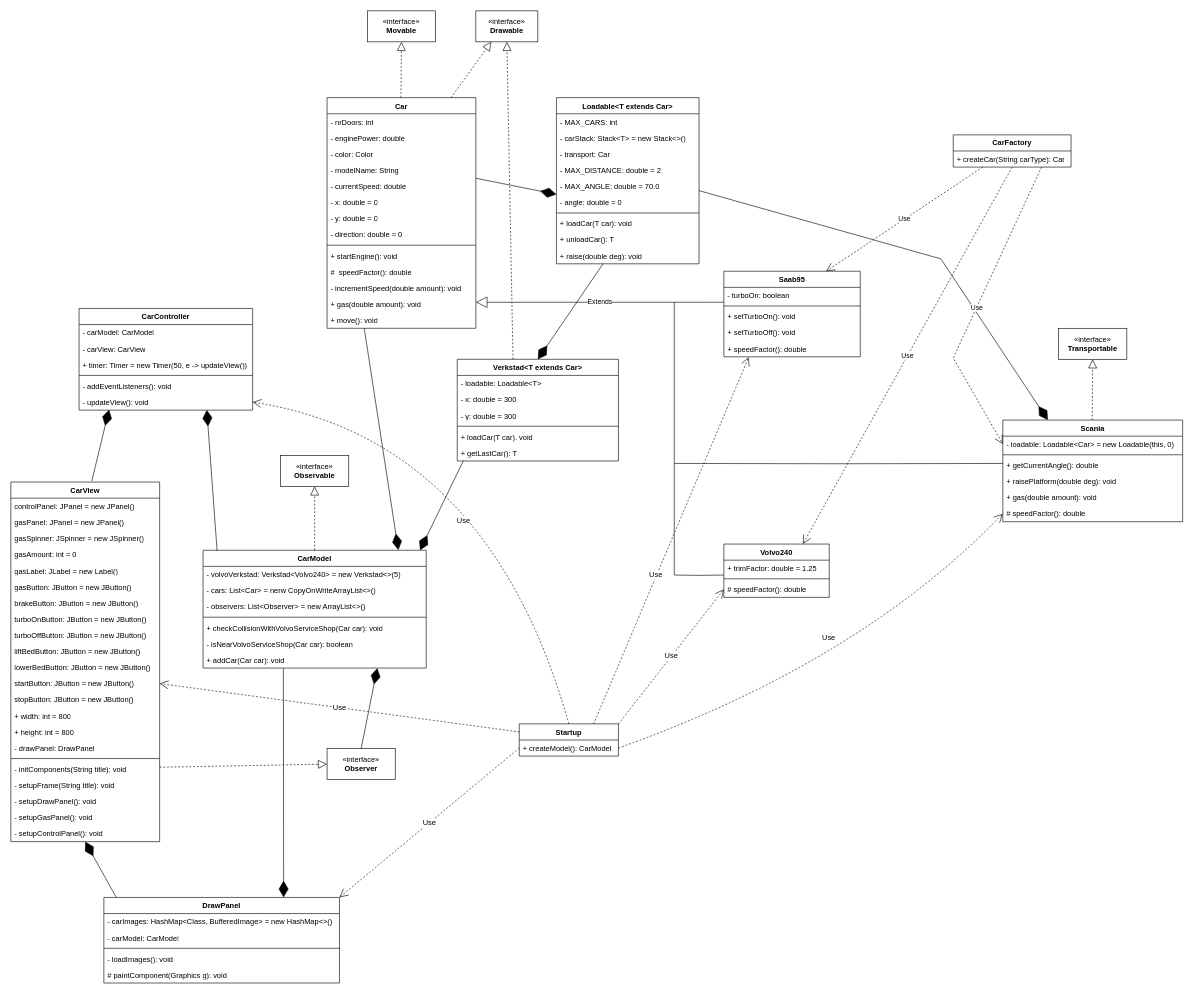
This is src/UML/UML_LAB4.drawio from BubbaTamer/petclinic, a draw.io file, before an edit. Source tidied: cells renumbered, new cells numbered last; positions are measured from the earlier drawing's top-left corner, leaving out a move shared by most shapes. Both pictures are drawn from the tidied source at 62%, with x=0, y=0 at pixel (11, 11).
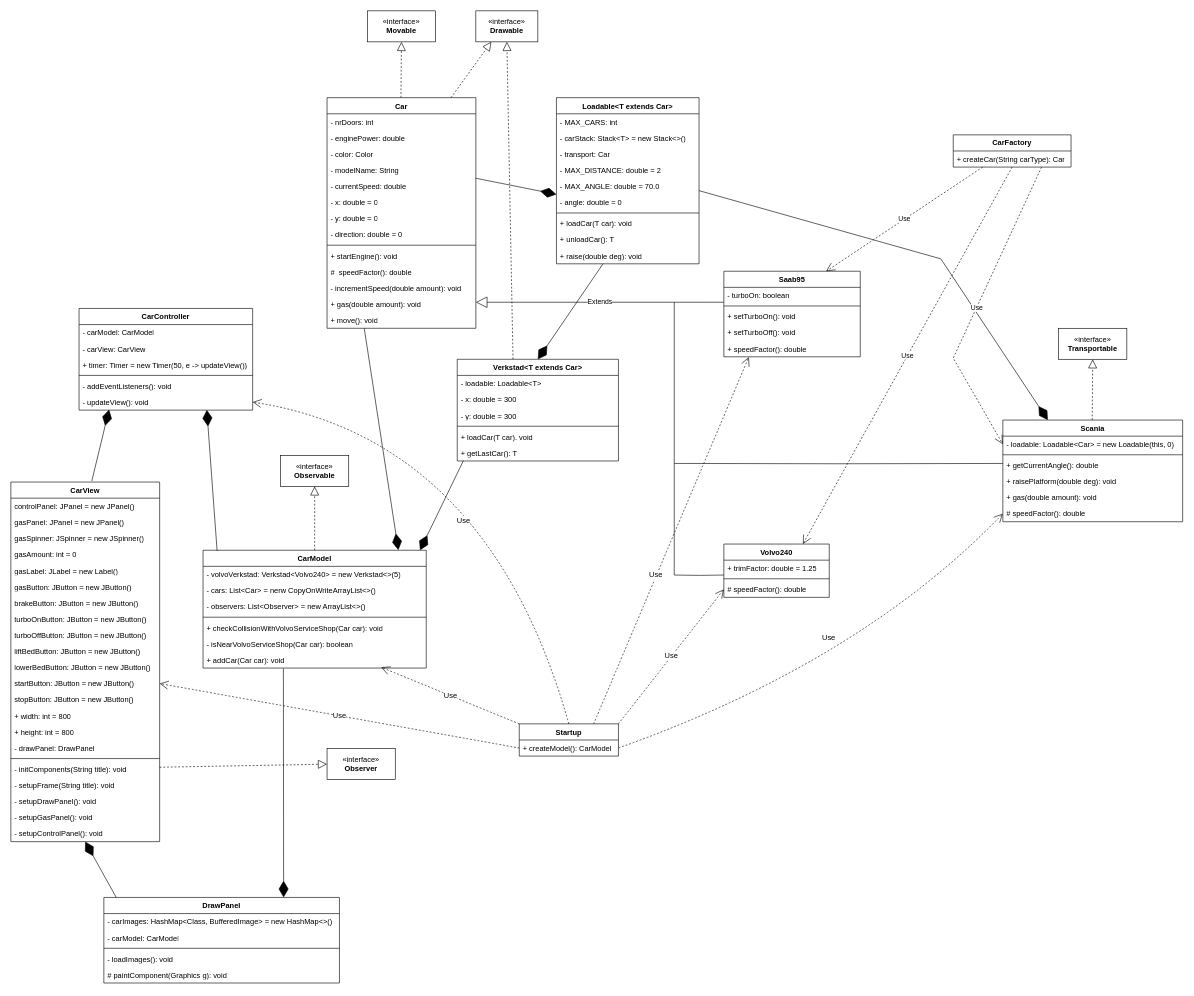
After the change.

Unchanged cells that the change refers to:
```xml
<mxCell id="31" value="+ addCar(Car car): void" style="text;strokeColor=none;fillColor=none;align=left;verticalAlign=top;spacingLeft=4;spacingRight=4;overflow=hidden;points=[[0,0.5],[1,0.5]];portConstraint=eastwest;whiteSpace=wrap;html=1;" parent="24" vertex="1">
  <mxGeometry y="164" width="360" height="26" as="geometry" />
</mxCell>
<mxCell id="79" value="startButton: JButton = new JButton()" style="text;strokeColor=none;fillColor=none;align=left;verticalAlign=top;spacingLeft=4;spacingRight=4;overflow=hidden;points=[[0,0.5],[1,0.5]];portConstraint=eastwest;whiteSpace=wrap;html=1;" parent="67" vertex="1">
  <mxGeometry y="312" width="240" height="26" as="geometry" />
</mxCell>
<mxCell id="90" value="DrawPanel" style="swimlane;fontStyle=1;align=center;verticalAlign=top;horizontal=1;startSize=26;whiteSpace=wrap;html=1;" parent="1" vertex="1">
  <mxGeometry x="150" y="1430" width="380" height="138" as="geometry" />
</mxCell>
<mxCell id="96" value="Startup" style="swimlane;fontStyle=1;align=center;verticalAlign=top;horizontal=1;startSize=26;whiteSpace=wrap;html=1;" parent="1" vertex="1">
  <mxGeometry x="820" y="1150" width="160" height="52" as="geometry" />
</mxCell>
<mxCell id="97" value="+ createModel(): CarModel" style="text;strokeColor=none;fillColor=none;align=left;verticalAlign=top;spacingLeft=4;spacingRight=4;overflow=hidden;points=[[0,0.5],[1,0.5]];portConstraint=eastwest;whiteSpace=wrap;html=1;" parent="96" vertex="1">
  <mxGeometry y="26" width="160" height="26" as="geometry" />
</mxCell>
<mxCell id="129" value="«interface»&lt;br&gt;&lt;b&gt;Observer&lt;/b&gt;" style="html=1;whiteSpace=wrap;" parent="1" vertex="1">
  <mxGeometry x="510" y="1190" width="110" height="50" as="geometry" />
</mxCell>
```

Change to the diagram source:
```diff
@@
-    <mxCell id="119" value="Use" style="endArrow=open;endSize=12;dashed=1;html=1;rounded=0;fontSize=12;curved=1;entryX=1;entryY=0;entryDx=0;entryDy=0;exitX=0;exitY=0.5;exitDx=0;exitDy=0;" parent="1" edge="1" source="97" target="90">
+    <mxCell id="119" value="Use" style="endArrow=open;endSize=12;dashed=1;html=1;rounded=0;fontSize=12;curved=1;entryX=0.798;entryY=0.952;entryDx=0;entryDy=0;entryPerimeter=0;exitX=0;exitY=0;exitDx=0;exitDy=0;" parent="1" edge="1" source="96" target="31">
       <mxGeometry relative="1" as="geometry" />
     </mxCell>
@@
-    <mxCell id="121" value="Use" style="endArrow=open;endSize=12;dashed=1;html=1;rounded=0;fontSize=12;curved=1;entryX=1;entryY=0.5;entryDx=0;entryDy=0;exitX=0;exitY=0.25;exitDx=0;exitDy=0;" parent="1" edge="1" source="96" target="79">
+    <mxCell id="121" value="Use" style="endArrow=open;endSize=12;dashed=1;html=1;rounded=0;fontSize=12;curved=1;entryX=1;entryY=0.5;entryDx=0;entryDy=0;exitX=0;exitY=0.75;exitDx=0;exitDy=0;" parent="1" edge="1" source="96" target="79">
       <mxGeometry relative="1" as="geometry" />
     </mxCell>
@@
-    <mxCell id="130" style="endArrow=diamondThin;endFill=1;endSize=24;html=1;rounded=0;exitX=0.5;exitY=0;exitDx=0;exitDy=0;" parent="1" edge="1" source="129">
-      <mxGeometry relative="1" as="geometry">
-        <mxPoint x="591" y="1060" as="targetPoint" />
-      </mxGeometry>
-    </mxCell>
```
